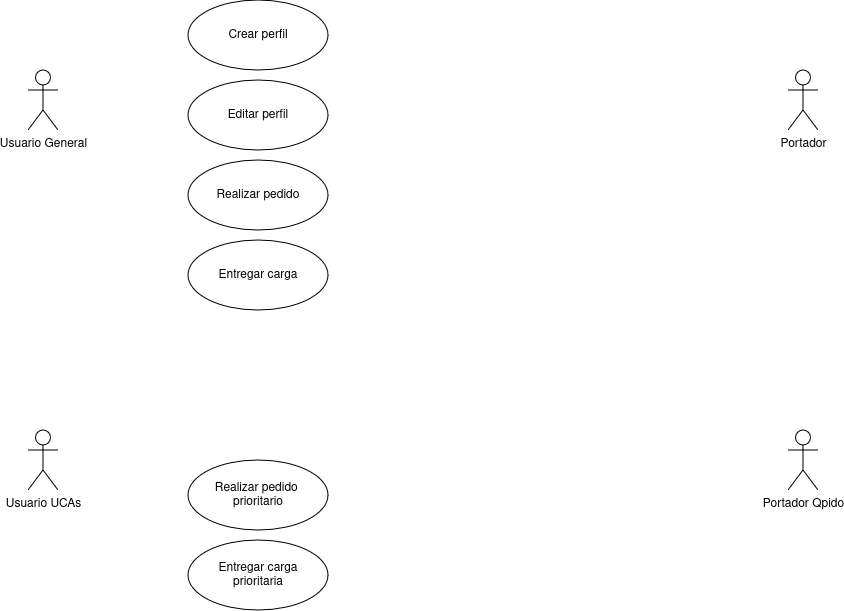
The draw.io diagram docs/diseno/casos-de-uso-proyecto.png in eduardosmoralesglez/Proyecto-UCAs, before a commit. Source tidied: cells renumbered, new cells last; positions are measured from the earlier drawing's top-left corner, leaving out a move shared by most shapes.
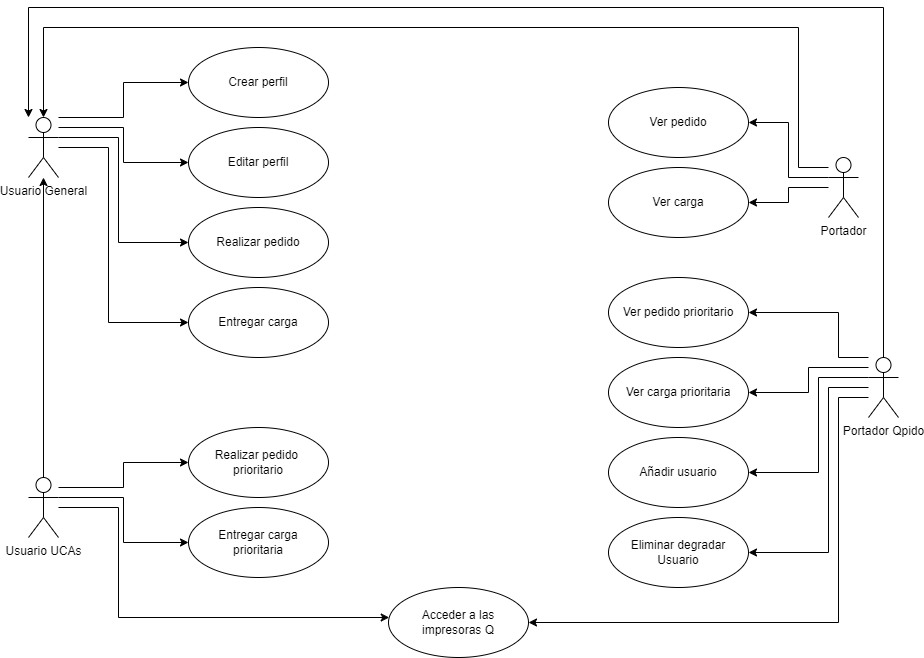
After the change.

Diff of the diagram source:
```diff
@@ -2,17 +2,144 @@
   <root>
     <mxCell id="0" />
     <mxCell id="1" parent="0" />
+    <mxCell id="12" style="edgeStyle=orthogonalEdgeStyle;rounded=0;jettySize=auto;html=1;" parent="1" edge="1" source="2" target="6">
+      <mxGeometry relative="1" as="geometry">
+        <Array as="points">
+          <mxPoint x="95" y="70" />
+          <mxPoint x="95" y="35" />
+        </Array>
+      </mxGeometry>
+    </mxCell>
+    <mxCell id="13" style="edgeStyle=orthogonalEdgeStyle;rounded=0;jettySize=auto;html=1;" parent="1" edge="1" source="2" target="7">
+      <mxGeometry relative="1" as="geometry">
+        <Array as="points">
+          <mxPoint x="95" y="80" />
+          <mxPoint x="95" y="115" />
+        </Array>
+      </mxGeometry>
+    </mxCell>
+    <mxCell id="14" style="edgeStyle=orthogonalEdgeStyle;rounded=0;jettySize=auto;html=1;" parent="1" edge="1" source="2" target="8">
+      <mxGeometry relative="1" as="geometry">
+        <Array as="points">
+          <mxPoint x="90" y="90" />
+          <mxPoint x="90" y="195" />
+        </Array>
+      </mxGeometry>
+    </mxCell>
+    <mxCell id="15" style="edgeStyle=orthogonalEdgeStyle;rounded=0;jettySize=auto;html=1;" parent="1" edge="1" source="2" target="9">
+      <mxGeometry relative="1" as="geometry">
+        <Array as="points">
+          <mxPoint x="80" y="100" />
+          <mxPoint x="80" y="275" />
+        </Array>
+      </mxGeometry>
+    </mxCell>
     <mxCell id="2" value="&lt;div&gt;Usuario General&lt;/div&gt;" style="shape=umlActor;html=1;verticalLabelPosition=bottom;verticalAlign=top;align=center;" parent="1" vertex="1">
       <mxGeometry y="70" width="30" height="60" as="geometry" />
     </mxCell>
+    <mxCell id="16" style="edgeStyle=orthogonalEdgeStyle;rounded=0;jettySize=auto;html=1;" parent="1" edge="1" source="3" target="2">
+      <mxGeometry relative="1" as="geometry" />
+    </mxCell>
+    <mxCell id="17" style="edgeStyle=orthogonalEdgeStyle;rounded=0;jettySize=auto;html=1;" parent="1" edge="1" source="3" target="10">
+      <mxGeometry relative="1" as="geometry">
+        <Array as="points">
+          <mxPoint x="95" y="440" />
+          <mxPoint x="95" y="415" />
+        </Array>
+      </mxGeometry>
+    </mxCell>
+    <mxCell id="18" style="edgeStyle=orthogonalEdgeStyle;rounded=0;jettySize=auto;html=1;" parent="1" edge="1" source="3" target="11">
+      <mxGeometry relative="1" as="geometry">
+        <Array as="points">
+          <mxPoint x="95" y="450" />
+          <mxPoint x="95" y="495" />
+        </Array>
+      </mxGeometry>
+    </mxCell>
+    <mxCell id="19" style="edgeStyle=orthogonalEdgeStyle;rounded=0;jettySize=auto;html=1;" parent="1" edge="1" source="3" target="29">
+      <mxGeometry relative="1" as="geometry">
+        <Array as="points">
+          <mxPoint x="90" y="460" />
+          <mxPoint x="90" y="570" />
+        </Array>
+      </mxGeometry>
+    </mxCell>
     <mxCell id="3" value="&lt;div&gt;Usuario UCAs&lt;br&gt;&lt;/div&gt;" style="shape=umlActor;html=1;verticalLabelPosition=bottom;verticalAlign=top;align=center;" parent="1" vertex="1">
       <mxGeometry y="430" width="30" height="60" as="geometry" />
     </mxCell>
+    <mxCell id="20" style="edgeStyle=orthogonalEdgeStyle;rounded=0;jettySize=auto;html=1;" parent="1" edge="1" source="4" target="30">
+      <mxGeometry relative="1" as="geometry">
+        <Array as="points">
+          <mxPoint x="760" y="130" />
+          <mxPoint x="760" y="75" />
+        </Array>
+      </mxGeometry>
+    </mxCell>
+    <mxCell id="21" style="edgeStyle=orthogonalEdgeStyle;rounded=0;jettySize=auto;html=1;" parent="1" edge="1" source="4" target="31">
+      <mxGeometry relative="1" as="geometry" />
+    </mxCell>
+    <mxCell id="22" style="edgeStyle=orthogonalEdgeStyle;rounded=0;jettySize=auto;html=1;" parent="1" edge="1" source="4" target="2">
+      <mxGeometry relative="1" as="geometry">
+        <Array as="points">
+          <mxPoint x="770" y="120" />
+          <mxPoint x="770" y="-20" />
+          <mxPoint x="15" y="-20" />
+        </Array>
+      </mxGeometry>
+    </mxCell>
     <mxCell id="4" value="Portador" style="shape=umlActor;html=1;verticalLabelPosition=bottom;verticalAlign=top;align=center;" parent="1" vertex="1">
-      <mxGeometry x="760" y="70" width="30" height="60" as="geometry" />
+      <mxGeometry x="800" y="110" width="30" height="60" as="geometry" />
     </mxCell>
+    <mxCell id="23" style="edgeStyle=orthogonalEdgeStyle;rounded=0;jettySize=auto;html=1;" parent="1" edge="1" source="5" target="33">
+      <mxGeometry relative="1" as="geometry">
+        <Array as="points">
+          <mxPoint x="810" y="310" />
+          <mxPoint x="810" y="265" />
+        </Array>
+      </mxGeometry>
+    </mxCell>
+    <mxCell id="24" style="edgeStyle=orthogonalEdgeStyle;rounded=0;jettySize=auto;html=1;" parent="1" edge="1" source="5" target="32">
+      <mxGeometry relative="1" as="geometry">
+        <Array as="points">
+          <mxPoint x="780" y="320" />
+          <mxPoint x="780" y="345" />
+        </Array>
+      </mxGeometry>
+    </mxCell>
+    <mxCell id="25" style="edgeStyle=orthogonalEdgeStyle;rounded=0;jettySize=auto;html=1;" parent="1" edge="1" source="5" target="34">
+      <mxGeometry relative="1" as="geometry">
+        <Array as="points">
+          <mxPoint x="790" y="330" />
+          <mxPoint x="790" y="425" />
+        </Array>
+      </mxGeometry>
+    </mxCell>
+    <mxCell id="26" style="edgeStyle=orthogonalEdgeStyle;rounded=0;jettySize=auto;html=1;" parent="1" edge="1" source="5" target="29">
+      <mxGeometry relative="1" as="geometry">
+        <Array as="points">
+          <mxPoint x="810" y="350" />
+          <mxPoint x="810" y="575" />
+        </Array>
+      </mxGeometry>
+    </mxCell>
+    <mxCell id="27" style="edgeStyle=orthogonalEdgeStyle;rounded=0;jettySize=auto;html=1;" parent="1" edge="1" source="5" target="35">
+      <mxGeometry relative="1" as="geometry">
+        <Array as="points">
+          <mxPoint x="800" y="340" />
+          <mxPoint x="800" y="505" />
+        </Array>
+      </mxGeometry>
+    </mxCell>
+    <mxCell id="28" style="edgeStyle=orthogonalEdgeStyle;rounded=0;jettySize=auto;html=1;" parent="1" edge="1" source="5" target="2">
+      <mxGeometry relative="1" as="geometry">
+        <Array as="points">
+          <mxPoint x="855" y="-40" />
+          <mxPoint y="-40" />
+        </Array>
+      </mxGeometry>
+    </mxCell>
     <mxCell id="5" value="Portador Qpido" style="shape=umlActor;html=1;verticalLabelPosition=bottom;verticalAlign=top;align=center;" parent="1" vertex="1">
-      <mxGeometry x="760" y="430" width="30" height="60" as="geometry" />
+      <mxGeometry x="840" y="310" width="30" height="60" as="geometry" />
     </mxCell>
     <mxCell id="6" value="&lt;div&gt;Crear perfil&lt;/div&gt;" style="ellipse;whiteSpace=wrap;html=1;" parent="1" vertex="1">
       <mxGeometry x="160" width="140" height="70" as="geometry" />
@@ -27,10 +154,31 @@
       <mxGeometry x="160" y="240" width="140" height="70" as="geometry" />
     </mxCell>
     <mxCell id="10" value="&lt;div&gt;Realizar pedido&amp;nbsp;&lt;/div&gt;&lt;div&gt;prioritario&lt;/div&gt;" style="ellipse;whiteSpace=wrap;html=1;" parent="1" vertex="1">
-      <mxGeometry x="160" y="460" width="140" height="70" as="geometry" />
+      <mxGeometry x="160" y="380" width="140" height="70" as="geometry" />
     </mxCell>
     <mxCell id="11" value="&lt;div&gt;Entregar carga &lt;br&gt;&lt;/div&gt;&lt;div&gt;prioritaria&lt;/div&gt;" style="ellipse;whiteSpace=wrap;html=1;" parent="1" vertex="1">
-      <mxGeometry x="160" y="540" width="140" height="70" as="geometry" />
+      <mxGeometry x="160" y="460" width="140" height="70" as="geometry" />
     </mxCell>
+    <mxCell id="29" value="Acceder a las&lt;div&gt;impresoras Q&lt;/div&gt;" style="ellipse;whiteSpace=wrap;html=1;" parent="1" vertex="1">
+      <mxGeometry x="360" y="540" width="140" height="70" as="geometry" />
+    </mxCell>
+    <mxCell id="30" value="Ver pedido" style="ellipse;whiteSpace=wrap;html=1;" parent="1" vertex="1">
+      <mxGeometry x="580" y="40" width="140" height="70" as="geometry" />
+    </mxCell>
+    <mxCell id="31" value="Ver carga" style="ellipse;whiteSpace=wrap;html=1;" parent="1" vertex="1">
+      <mxGeometry x="580" y="120" width="140" height="70" as="geometry" />
+    </mxCell>
+    <mxCell id="32" value="Ver carga prioritaria" style="ellipse;whiteSpace=wrap;html=1;" parent="1" vertex="1">
+      <mxGeometry x="580" y="310" width="140" height="70" as="geometry" />
+    </mxCell>
+    <mxCell id="33" value="Ver pedido prioritario" style="ellipse;whiteSpace=wrap;html=1;" parent="1" vertex="1">
+      <mxGeometry x="580" y="230" width="140" height="70" as="geometry" />
+    </mxCell>
+    <mxCell id="34" value="Añadir usuario" style="ellipse;whiteSpace=wrap;html=1;" parent="1" vertex="1">
+      <mxGeometry x="580" y="390" width="140" height="70" as="geometry" />
+    </mxCell>
+    <mxCell id="35" value="Eliminar degradar&lt;div&gt;Usuario&lt;/div&gt;" style="ellipse;whiteSpace=wrap;html=1;" parent="1" vertex="1">
+      <mxGeometry x="580" y="470" width="140" height="70" as="geometry" />
+    </mxCell>
   </root>
 </mxGraphModel>
```
